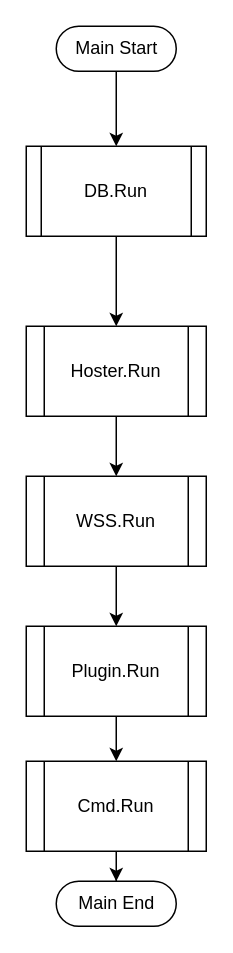
This is page "main.main" (1 of 2) of gobds.drawio from KAIYOHUGO/goBds, a draw.io file, before an edit. Source tidied: cells renumbered, new cells numbered last; positions are measured from the earlier drawing's top-left corner, leaving out a move shared by most shapes. Both pictures are drawn from the tidied source at 150%, with x=0, y=0 at pixel (26, 26).
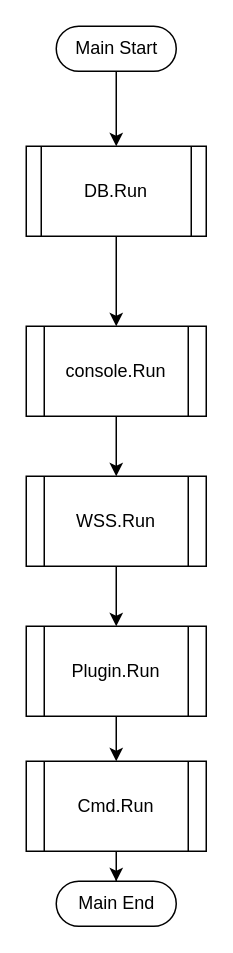
The same diagram, later.

What changed in the source:
```diff
@@
 <mxGraphModel>
   <root>
     <mxCell id="0" />
     <mxCell id="1" parent="0" />
     <mxCell id="2" style="edgeStyle=orthogonalEdgeStyle;rounded=0;jettySize=auto;html=1;" parent="1" edge="1" source="3" target="6">
       <mxGeometry relative="1" as="geometry" />
     </mxCell>
     <mxCell id="3" value="Main Start" style="html=1;dashed=0;whitespace=wrap;shape=mxgraph.dfd.start;" parent="1" vertex="1">
       <mxGeometry x="20" width="80" height="30" as="geometry" />
     </mxCell>
     <mxCell id="4" value="Main End" style="html=1;dashed=0;whitespace=wrap;shape=mxgraph.dfd.start;" parent="1" vertex="1">
       <mxGeometry x="20" y="570" width="80" height="30" as="geometry" />
     </mxCell>
     <mxCell id="5" style="edgeStyle=orthogonalEdgeStyle;rounded=0;jettySize=auto;html=1;" parent="1" edge="1" source="6" target="8">
       <mxGeometry relative="1" as="geometry" />
     </mxCell>
     <mxCell id="6" value="DB.Run" style="shape=process;whiteSpace=wrap;html=1;backgroundOutline=1;size=0.08333333333333333;" parent="1" vertex="1">
       <mxGeometry y="80" width="120" height="60" as="geometry" />
     </mxCell>
     <mxCell id="7" style="edgeStyle=orthogonalEdgeStyle;rounded=0;jettySize=auto;html=1;" parent="1" edge="1" source="8" target="10">
       <mxGeometry relative="1" as="geometry" />
     </mxCell>
-    <mxCell id="8" value="Hoster.Run" style="shape=process;whiteSpace=wrap;html=1;backgroundOutline=1;" parent="1" vertex="1">
+    <mxCell id="8" value="console.Run" style="shape=process;whiteSpace=wrap;html=1;backgroundOutline=1;" parent="1" vertex="1">
       <mxGeometry y="200" width="120" height="60" as="geometry" />
     </mxCell>
     <mxCell id="9" style="edgeStyle=orthogonalEdgeStyle;rounded=0;jettySize=auto;html=1;" parent="1" edge="1" source="10" target="12">
       <mxGeometry relative="1" as="geometry" />
     </mxCell>
     <mxCell id="10" value="WSS.Run" style="shape=process;whiteSpace=wrap;html=1;backgroundOutline=1;" parent="1" vertex="1">
       <mxGeometry y="300" width="120" height="60" as="geometry" />
     </mxCell>
     <mxCell id="11" style="edgeStyle=orthogonalEdgeStyle;rounded=0;jettySize=auto;html=1;" parent="1" edge="1" source="12" target="14">
       <mxGeometry relative="1" as="geometry" />
     </mxCell>
     <mxCell id="12" value="Plugin.Run" style="shape=process;whiteSpace=wrap;html=1;backgroundOutline=1;" parent="1" vertex="1">
       <mxGeometry y="400" width="120" height="60" as="geometry" />
     </mxCell>
     <mxCell id="13" style="edgeStyle=orthogonalEdgeStyle;rounded=0;jettySize=auto;html=1;" parent="1" edge="1" source="14" target="4">
       <mxGeometry relative="1" as="geometry" />
     </mxCell>
     <mxCell id="14" value="Cmd.Run" style="shape=process;whiteSpace=wrap;html=1;backgroundOutline=1;" parent="1" vertex="1">
       <mxGeometry y="490" width="120" height="60" as="geometry" />
     </mxCell>
   </root>
 </mxGraphModel>
```
